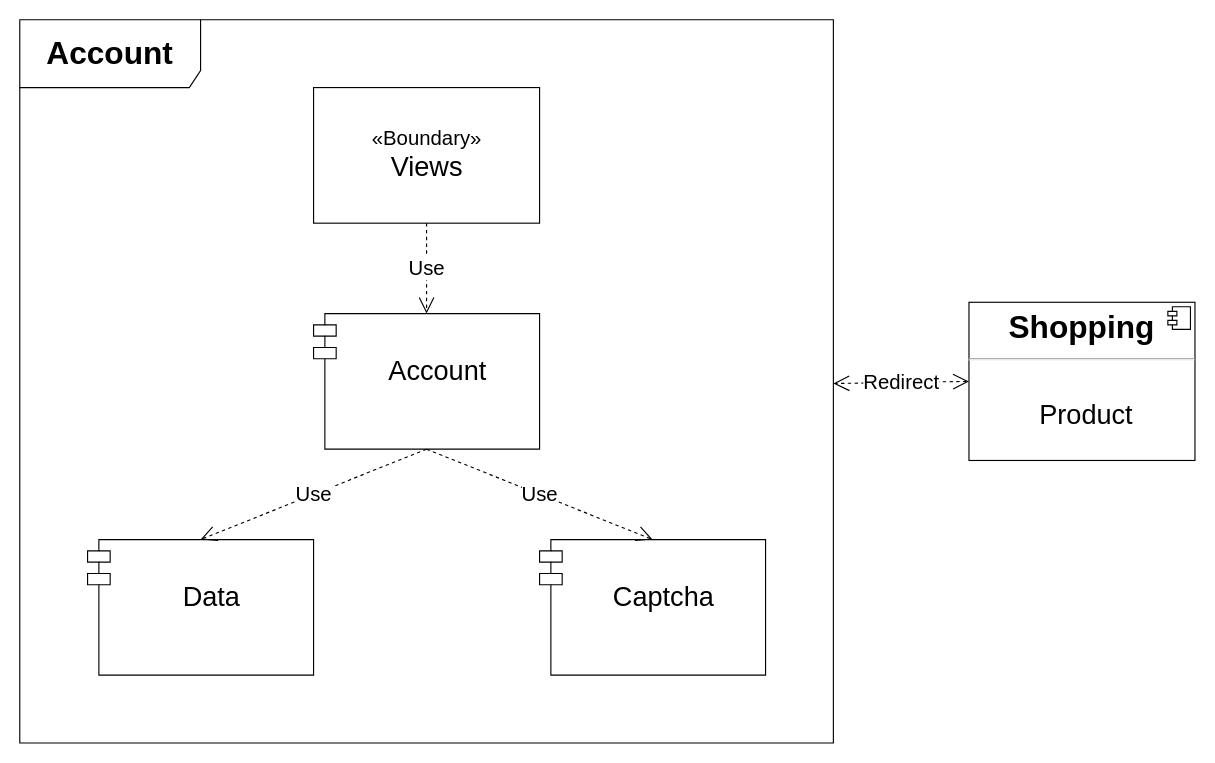
Earlier version of the draw.io diagram page "Account Overall" (1 of 2) of docs/cmp_account.drawio (ypeng90/shopper). Source tidied: cells renumbered, new cells numbered last; positions are measured from the earlier drawing's top-left corner, leaving out a move shared by most shapes. Both pictures are drawn from the tidied source at 113%, with x=0, y=0 at pixel (19, 19).
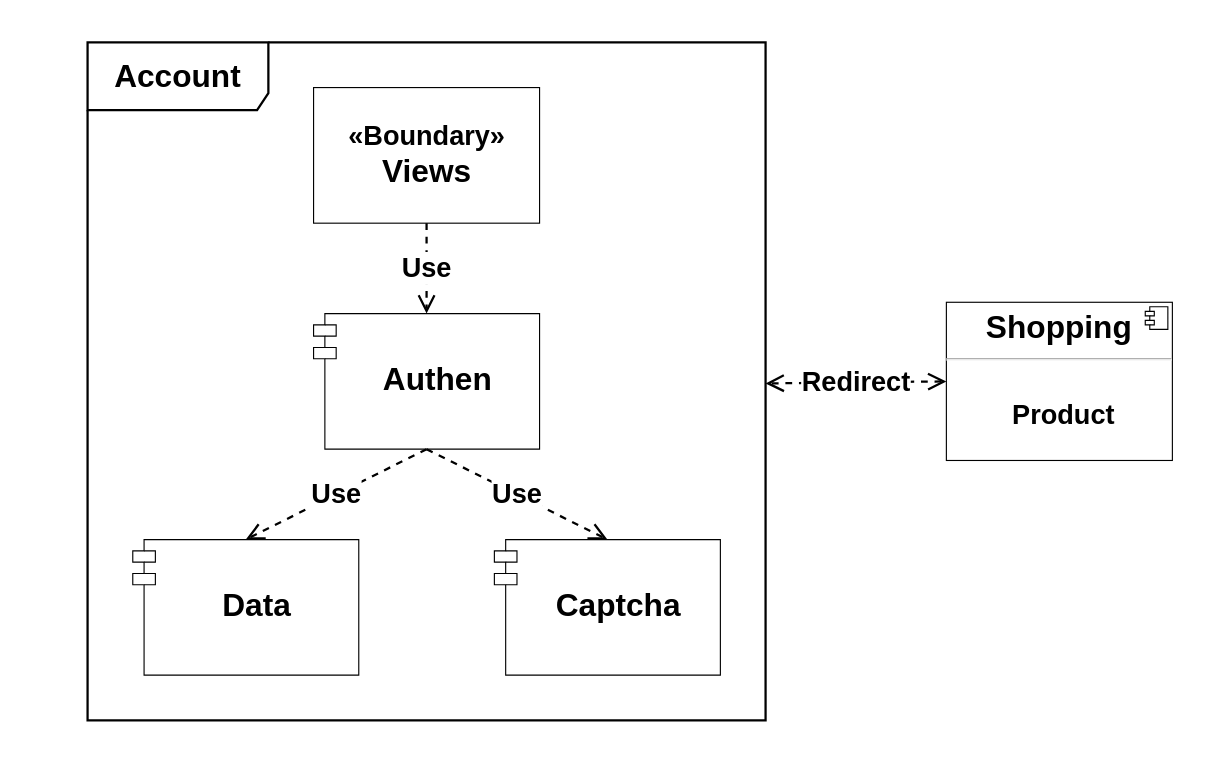
After the change.

Diff of the diagram source:
```diff
@@
 <mxGraphModel background="#ffffff">
   <root>
     <mxCell id="0" />
     <mxCell id="1" parent="0" />
-    <mxCell id="2" value="&lt;font style=&quot;font-size: 28px&quot;&gt;&lt;b&gt;Account&lt;/b&gt;&lt;/font&gt;" style="shape=umlFrame;whiteSpace=wrap;html=1;fontSize=24;width=160;height=60;" parent="1" vertex="1">
-      <mxGeometry width="720" height="640" as="geometry" />
+    <mxCell id="2" value="&lt;font style=&quot;font-size: 28px&quot;&gt;&lt;b&gt;Account&lt;/b&gt;&lt;/font&gt;" style="shape=umlFrame;whiteSpace=wrap;html=1;fontSize=24;width=160;height=60;strokeWidth=2;" parent="1" vertex="1">
+      <mxGeometry x="60" y="20" width="600" height="600" as="geometry" />
     </mxCell>
-    <mxCell id="3" value="&lt;font style=&quot;font-size: 18px&quot;&gt;«Boundary»&lt;/font&gt;&lt;br&gt;&lt;font style=&quot;font-size: 24px&quot;&gt;Views&lt;/font&gt;" style="html=1;" parent="1" vertex="1">
+    <mxCell id="3" value="&lt;font style=&quot;font-size: 24px&quot;&gt;&lt;b&gt;«Boundary»&lt;/b&gt;&lt;/font&gt;&lt;br&gt;&lt;font size=&quot;1&quot;&gt;&lt;b style=&quot;font-size: 28px&quot;&gt;Views&lt;/b&gt;&lt;/font&gt;" style="html=1;" parent="1" vertex="1">
       <mxGeometry x="260" y="60" width="200" height="120" as="geometry" />
     </mxCell>
-    <mxCell id="4" value="&#10;Account" style="shape=module;align=left;spacingLeft=20;align=center;verticalAlign=top;fontSize=24;" parent="1" vertex="1">
+    <mxCell id="4" value="&#10;Authen" style="shape=module;align=left;spacingLeft=20;align=center;verticalAlign=top;fontSize=28;fontStyle=1;" parent="1" vertex="1">
       <mxGeometry x="260" y="260" width="200" height="120" as="geometry" />
     </mxCell>
-    <mxCell id="5" value="&#10;Data" style="shape=module;align=left;spacingLeft=20;align=center;verticalAlign=top;fontSize=24;" parent="1" vertex="1">
-      <mxGeometry x="60" y="460" width="200" height="120" as="geometry" />
+    <mxCell id="5" value="&#10;Data" style="shape=module;align=left;spacingLeft=20;align=center;verticalAlign=top;fontSize=28;fontStyle=1;" parent="1" vertex="1">
+      <mxGeometry x="100" y="460" width="200" height="120" as="geometry" />
     </mxCell>
-    <mxCell id="6" value="&#10;Captcha" style="shape=module;align=left;spacingLeft=20;align=center;verticalAlign=top;fontSize=24;" parent="1" vertex="1">
-      <mxGeometry x="460" y="460" width="200" height="120" as="geometry" />
+    <mxCell id="6" value="&#10;Captcha" style="shape=module;align=left;spacingLeft=20;align=center;verticalAlign=top;fontSize=28;fontStyle=1;" parent="1" vertex="1">
+      <mxGeometry x="420" y="460" width="200" height="120" as="geometry" />
     </mxCell>
-    <mxCell id="7" value="Use" style="endArrow=open;endSize=12;dashed=1;html=1;fontSize=18;exitX=0.5;exitY=1;exitDx=0;exitDy=0;entryX=0.5;entryY=0;entryDx=0;entryDy=0;" parent="1" edge="1" source="3" target="4">
+    <mxCell id="7" value="Use" style="endArrow=open;endSize=12;dashed=1;html=1;fontSize=24;exitX=0.5;exitY=1;exitDx=0;exitDy=0;entryX=0.5;entryY=0;entryDx=0;entryDy=0;strokeWidth=2;fontStyle=1;" parent="1" edge="1" source="3" target="4">
       <mxGeometry relative="1" as="geometry" />
     </mxCell>
-    <mxCell id="8" value="Use" style="endArrow=open;endSize=12;dashed=1;html=1;fontSize=18;exitX=0.5;exitY=1;exitDx=0;exitDy=0;entryX=0.5;entryY=0;entryDx=0;entryDy=0;" parent="1" edge="1" source="4" target="5">
+    <mxCell id="8" value="Use" style="endArrow=open;endSize=12;dashed=1;html=1;fontSize=24;exitX=0.5;exitY=1;exitDx=0;exitDy=0;entryX=0.5;entryY=0;entryDx=0;entryDy=0;strokeWidth=2;fontStyle=1;" parent="1" edge="1" source="4" target="5">
       <mxGeometry relative="1" as="geometry" />
     </mxCell>
-    <mxCell id="9" value="Use" style="endArrow=open;endSize=12;dashed=1;html=1;fontSize=18;entryX=0.5;entryY=0;entryDx=0;entryDy=0;exitX=0.5;exitY=1;exitDx=0;exitDy=0;" parent="1" edge="1" source="4" target="6">
+    <mxCell id="9" value="Use" style="endArrow=open;endSize=12;dashed=1;html=1;fontSize=24;entryX=0.5;entryY=0;entryDx=0;entryDy=0;exitX=0.5;exitY=1;exitDx=0;exitDy=0;strokeWidth=2;fontStyle=1;" parent="1" edge="1" source="4" target="6">
       <mxGeometry relative="1" as="geometry" />
     </mxCell>
-    <mxCell id="10" value="Redirect" style="endArrow=open;endSize=12;dashed=1;html=1;fontSize=18;exitX=0;exitY=0.5;exitDx=0;exitDy=0;startArrow=open;startFill=0;startSize=12;entryX=1;entryY=0.503;entryDx=0;entryDy=0;entryPerimeter=0;" parent="1" edge="1" source="11" target="2">
+    <mxCell id="10" value="Redirect" style="endArrow=open;endSize=12;dashed=1;html=1;fontSize=24;exitX=0;exitY=0.5;exitDx=0;exitDy=0;startArrow=open;startFill=0;startSize=12;entryX=1;entryY=0.503;entryDx=0;entryDy=0;entryPerimeter=0;strokeWidth=2;fontStyle=1;" parent="1" edge="1" source="11" target="2">
       <mxGeometry relative="1" as="geometry" />
     </mxCell>
-    <mxCell id="11" value="&lt;p style=&quot;margin: 0px ; margin-top: 6px ; text-align: center&quot;&gt;&lt;b&gt;&lt;font style=&quot;font-size: 28px&quot;&gt;Shopping&lt;/font&gt;&lt;/b&gt;&lt;/p&gt;&lt;hr style=&quot;font-size: 20px&quot;&gt;&lt;p style=&quot;margin: 0px 0px 0px 8px ; font-size: 20px&quot;&gt;&lt;font style=&quot;font-size: 20px&quot;&gt;&lt;br&gt;&lt;/font&gt;&lt;/p&gt;&lt;p style=&quot;text-align: center ; margin: 0px 0px 0px 8px&quot;&gt;&lt;font&gt;&lt;font style=&quot;font-size: 24px&quot;&gt;Product&lt;/font&gt;&lt;br&gt;&lt;/font&gt;&lt;/p&gt;" style="align=left;overflow=fill;html=1;" parent="1" vertex="1">
-      <mxGeometry x="840" y="250" width="200" height="140" as="geometry" />
+    <mxCell id="11" value="&lt;p style=&quot;margin: 0px ; margin-top: 6px ; text-align: center&quot;&gt;&lt;b&gt;&lt;font style=&quot;font-size: 28px&quot;&gt;Shopping&lt;/font&gt;&lt;/b&gt;&lt;/p&gt;&lt;hr style=&quot;font-size: 20px&quot;&gt;&lt;p style=&quot;margin: 0px 0px 0px 8px ; font-size: 20px&quot;&gt;&lt;font style=&quot;font-size: 20px&quot;&gt;&lt;br&gt;&lt;/font&gt;&lt;/p&gt;&lt;p style=&quot;text-align: center ; margin: 0px 0px 0px 8px&quot;&gt;&lt;font&gt;&lt;font style=&quot;font-size: 24px&quot;&gt;&lt;b&gt;Product&lt;/b&gt;&lt;/font&gt;&lt;br&gt;&lt;/font&gt;&lt;/p&gt;" style="align=left;overflow=fill;html=1;" parent="1" vertex="1">
+      <mxGeometry x="820" y="250" width="200" height="140" as="geometry" />
     </mxCell>
     <mxCell id="12" style="shape=component;jettyWidth=8;jettyHeight=4;" parent="11" vertex="1">
       <mxGeometry x="1" width="20" height="20" relative="1" as="geometry">
         <mxPoint x="-24" y="4" as="offset" />
       </mxGeometry>
     </mxCell>
   </root>
 </mxGraphModel>
```
